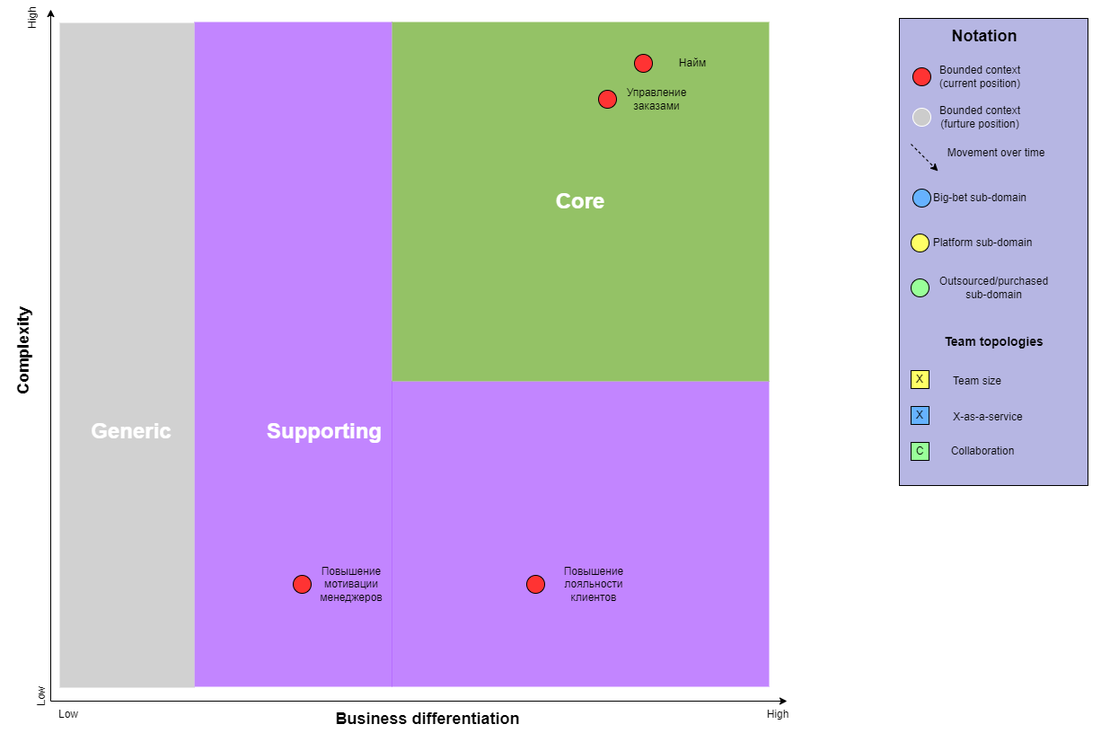
The draw.io diagram images/hw_2/CDC.png in OkinawaNet/MCF, before a commit. Source tidied: cells renumbered, new cells last; positions are measured from the earlier drawing's top-left corner, leaving out a move shared by most shapes.
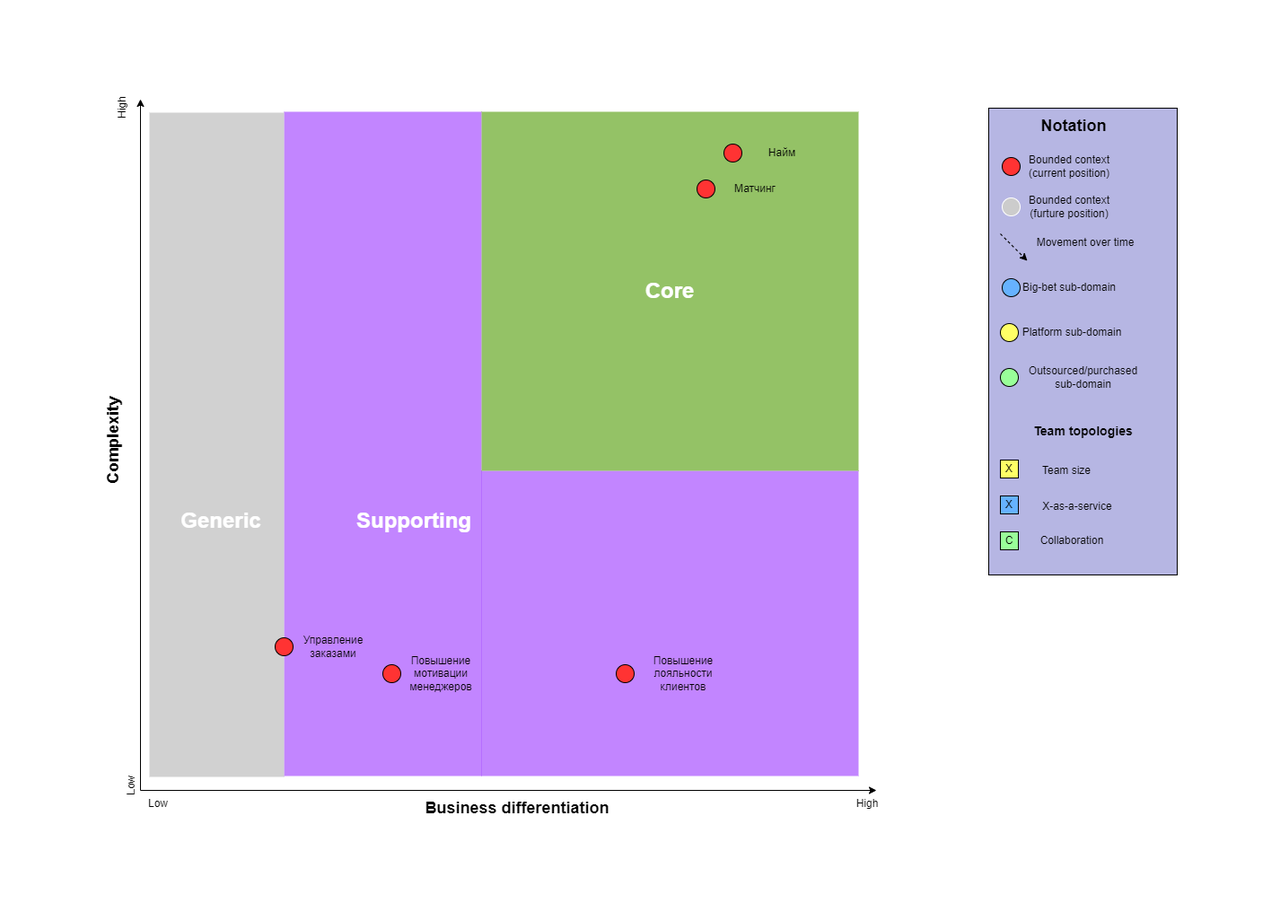
After the commit.

What changed in the source:
```diff
@@ -75,15 +75,6 @@
     <mxCell id="24" value="Bounded context&lt;br&gt;(current position)" style="text;html=1;strokeColor=none;fillColor=none;align=center;verticalAlign=middle;whiteSpace=wrap;rounded=0;" parent="22" vertex="1">
       <mxGeometry x="20" width="110" height="20" as="geometry" />
     </mxCell>
-    <mxCell id="25" style="group;" parent="20" vertex="1">
-      <mxGeometry x="660" y="90" width="130" height="20" as="geometry" />
-    </mxCell>
-    <mxCell id="26" style="ellipse;whiteSpace=wrap;html=1;fillColor=#FF3333;" parent="25" vertex="1">
-      <mxGeometry width="20" height="20" as="geometry" />
-    </mxCell>
-    <mxCell id="27" value="Управление заказами" style="text;html=1;strokeColor=none;fillColor=none;align=center;verticalAlign=middle;whiteSpace=wrap;rounded=0;" parent="25" vertex="1">
-      <mxGeometry x="10" width="110" height="20" as="geometry" />
-    </mxCell>
     <mxCell id="28" style="group;" parent="20" vertex="1">
       <mxGeometry x="700" y="50" width="130" height="20" as="geometry" />
     </mxCell>
@@ -186,5 +177,17 @@
     <mxCell id="60" style="ellipse;whiteSpace=wrap;html=1;fillColor=#FF3333;" parent="20" vertex="1">
       <mxGeometry x="320" y="630" width="20" height="20" as="geometry" />
     </mxCell>
+    <mxCell id="61" value="Управление заказами" style="text;html=1;strokeColor=none;fillColor=none;align=center;verticalAlign=middle;whiteSpace=wrap;rounded=0;" parent="20" vertex="1">
+      <mxGeometry x="210" y="600" width="110" height="20" as="geometry" />
+    </mxCell>
+    <mxCell id="62" style="ellipse;whiteSpace=wrap;html=1;fillColor=#FF3333;" parent="20" vertex="1">
+      <mxGeometry x="200" y="600" width="20" height="20" as="geometry" />
+    </mxCell>
+    <mxCell id="26" style="ellipse;whiteSpace=wrap;html=1;fillColor=#FF3333;" parent="20" vertex="1">
+      <mxGeometry x="670" y="90" width="20" height="20" as="geometry" />
+    </mxCell>
+    <mxCell id="27" value="Матчинг" style="text;html=1;strokeColor=none;fillColor=none;align=center;verticalAlign=middle;whiteSpace=wrap;rounded=0;" parent="20" vertex="1">
+      <mxGeometry x="680" y="90" width="110" height="20" as="geometry" />
+    </mxCell>
   </root>
 </mxGraphModel>
```
